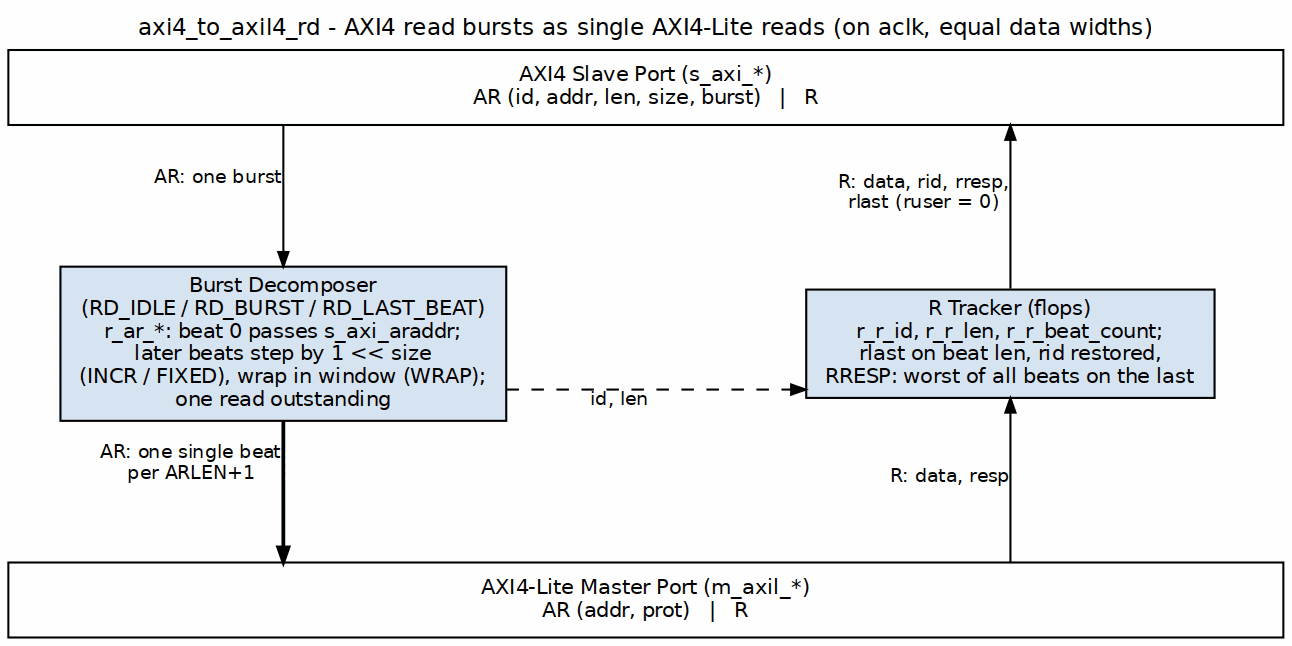
The Graphviz diagram projects/components/utility-ip/converters/docs/converter_mas/assets/graphviz/axi4_to_axil4_rd.png in sean-galloway/RTLDesignSherpa, before a commit. Its source is kept beside it as projects/components/utility-ip/converters/docs/converter_mas/assets/graphviz/axi4_to_axil4_rd.dot.
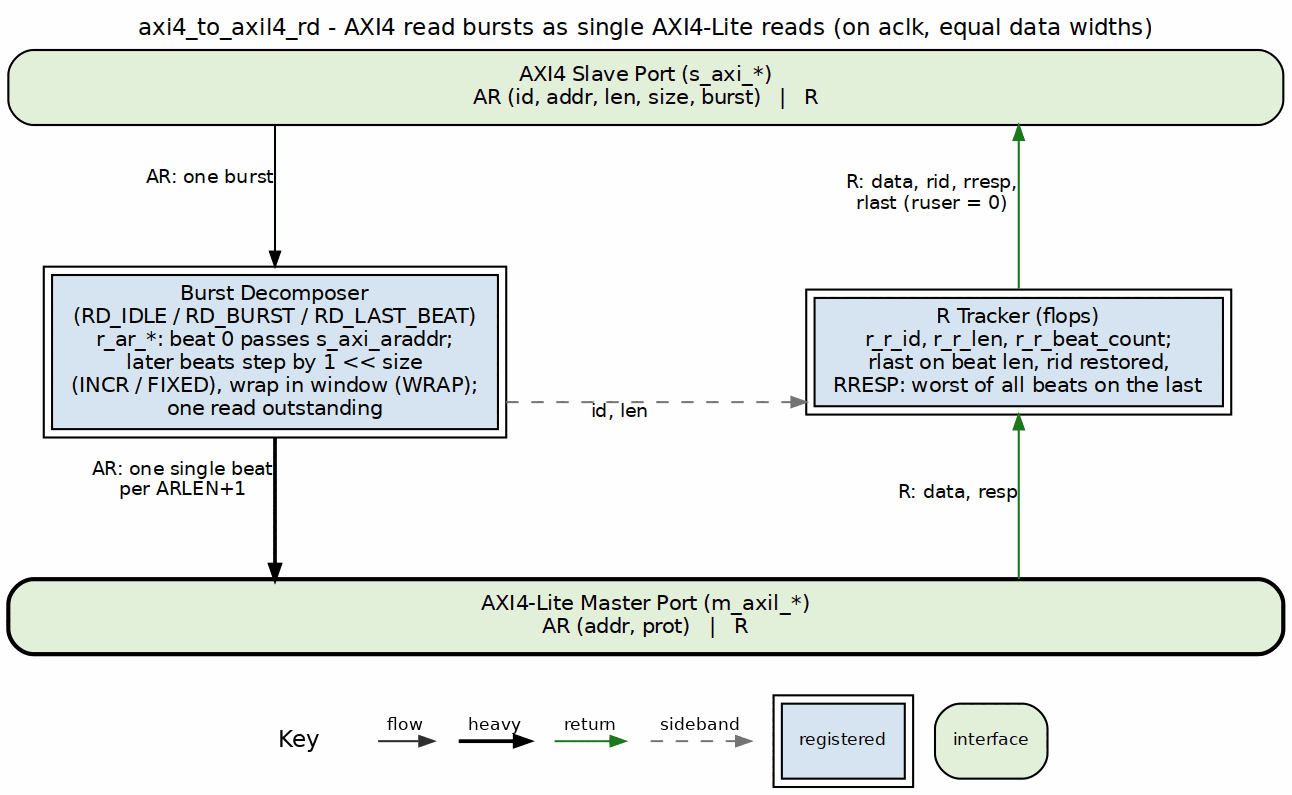
After the commit.

Diff of the diagram source:
```diff
@@ -3,22 +3,22 @@
            nodesep="0.60", ranksep="0.95", splines=ortho, newrank=true,
            labelloc=t, labeljust=c];
     node  [fontname="Helvetica", fontsize=10, shape=box, style=filled,
-           fillcolor="#D6E4F0", color="black", margin="0.12,0.06"];
+           fillcolor="white", color="black", margin="0.12,0.06"];
     edge  [fontname="Helvetica", fontsize=9, color="black", arrowsize=0.7];
     label="axi4_to_axil4_rd - AXI4 read bursts as single AXI4-Lite reads (on aclk, equal data widths)";
 
-    s   [label="AXI4 Slave Port (s_axi_*)\nAR (id, addr, len, size, burst)   |   R", fillcolor="white", width=8.5];
+    s   [label="AXI4 Slave Port (s_axi_*)\nAR (id, addr, len, size, burst)   |   R", fillcolor="white", width=8.5, style="rounded,filled", fillcolor="#E2EFDA"];
 
-    dec [label="Burst Decomposer\n(RD_IDLE / RD_BURST / RD_LAST_BEAT)\nr_ar_*: beat 0 passes s_axi_araddr;\nlater beats step by 1 << size\n(INCR / FIXED), wrap in window (WRAP);\none read outstanding", group=A];
-    trk [label="R Tracker (flops)\nr_r_id, r_r_len, r_r_beat_count;\nrlast on beat len, rid restored,\nRRESP: worst of all beats on the last", group=R];
+    dec [label="Burst Decomposer\n(RD_IDLE / RD_BURST / RD_LAST_BEAT)\nr_ar_*: beat 0 passes s_axi_araddr;\nlater beats step by 1 << size\n(INCR / FIXED), wrap in window (WRAP);\none read outstanding", group=A, peripheries=2, style="filled", fillcolor="#D6E4F0"];
+    trk [label="R Tracker (flops)\nr_r_id, r_r_len, r_r_beat_count;\nrlast on beat len, rid restored,\nRRESP: worst of all beats on the last", group=R, peripheries=2, style="filled", fillcolor="#D6E4F0"];
 
-    m   [label="AXI4-Lite Master Port (m_axil_*)\nAR (addr, prot)   |   R", fillcolor="white", width=8.5];
+    m   [label="AXI4-Lite Master Port (m_axil_*)\nAR (addr, prot)   |   R", fillcolor="white", width=8.5, style="rounded,filled,bold", fillcolor="#E2EFDA"];
 
     s   -> dec [xlabel="AR: one burst"];
     dec -> m   [xlabel="AR: one single beat\nper ARLEN+1", penwidth=1.8];
-    s   -> trk [dir=back, xlabel="R: data, rid, rresp,\nrlast (ruser = 0)"];
-    trk -> m   [dir=back, xlabel="R: data, resp"];
-    dec -> trk [style=dashed, xlabel="id, len"];
+    s   -> trk [color="#1A7A1A", dir=back, xlabel="R: data, rid, rresp,\nrlast (ruser = 0)"];
+    trk -> m   [color="#1A7A1A", dir=back, xlabel="R: data, resp"];
+    dec -> trk [style=dashed, color="#777777", xlabel="id, len"];
 
     sp [label="", width=0.8, style=invis];
     { rank=same; dec; sp; trk; }
```
